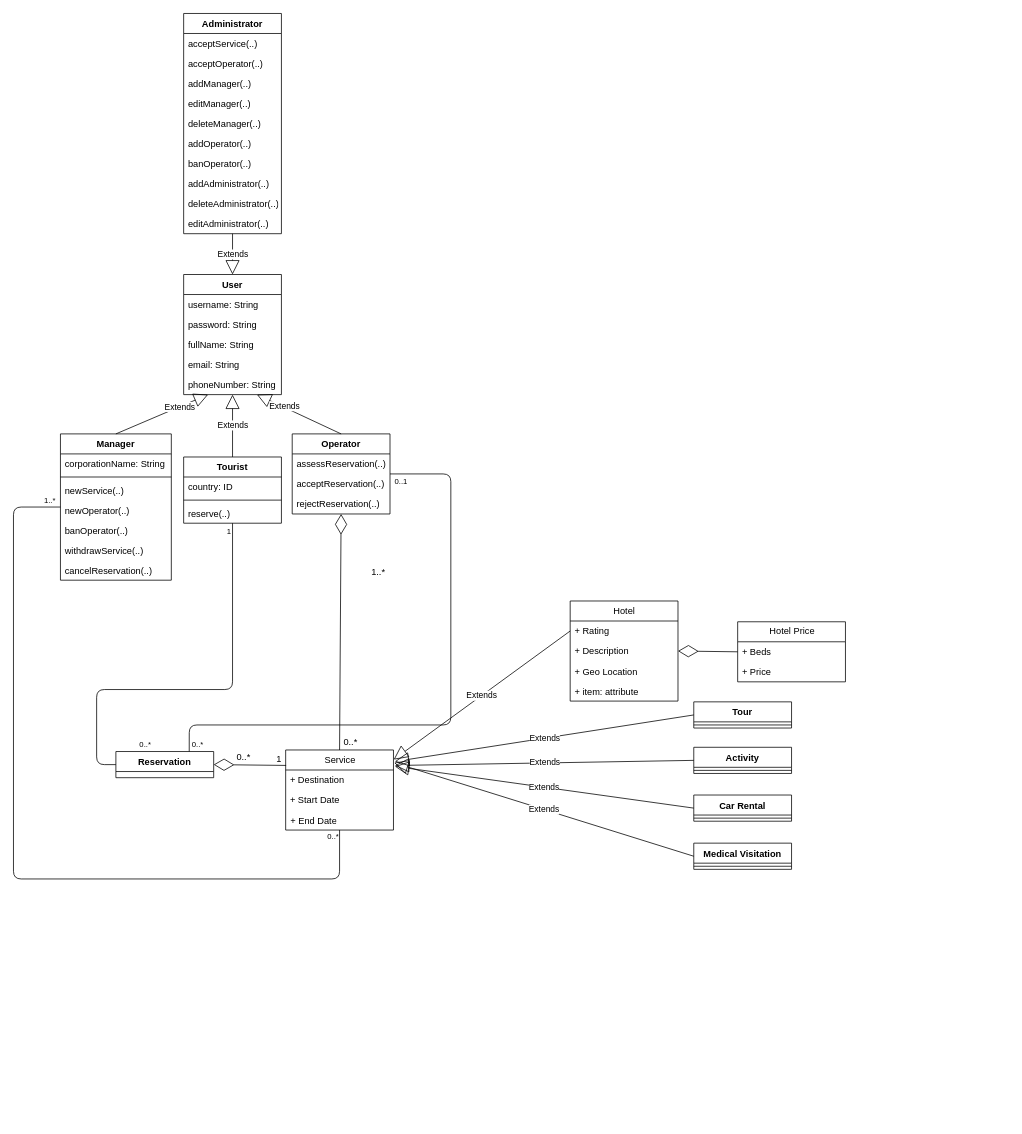
This is class-diagrams/Class Diagrams.drawio from farahmand-m/software-engineering-assignments, a draw.io file, before an edit. Source tidied: cells renumbered, new cells numbered last; positions are measured from the earlier drawing's top-left corner, leaving out a move shared by most shapes. Both pictures are drawn from the tidied source at 77%, with x=0, y=0 at pixel (13, 13).
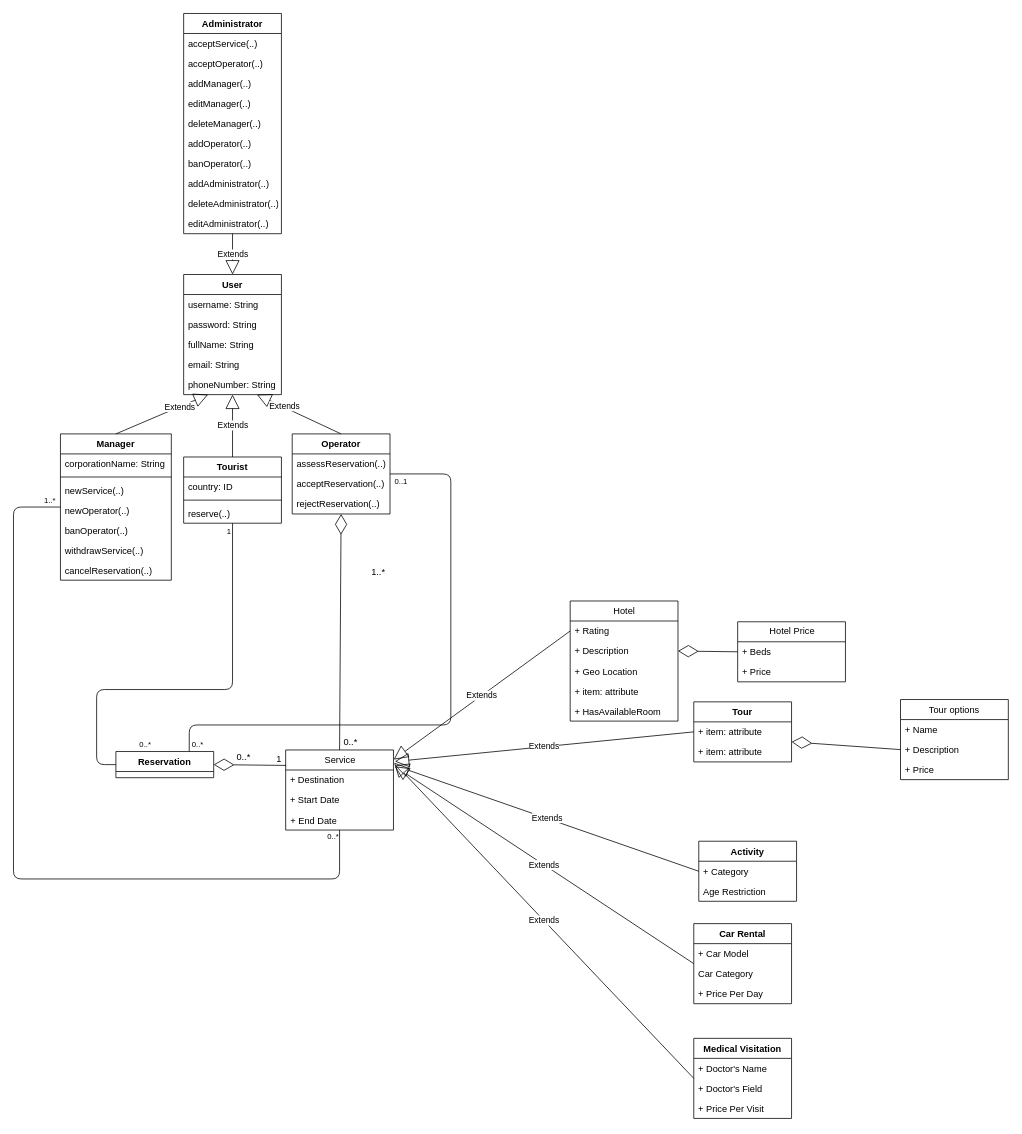
Above is the later version.

The edit, as a diff of the source:
```diff
@@
     <mxCell id="40" value="Tour" style="swimlane;fontStyle=1;align=center;verticalAlign=top;horizontal=1;startSize=26;labelBackgroundColor=none;" parent="1" vertex="1">
-      <mxGeometry x="883.5" y="894" width="127" height="34" as="geometry" />
+      <mxGeometry x="883.5" y="894" width="127" height="78" as="geometry" />
     </mxCell>
-    <mxCell id="41" style="line;strokeWidth=1;fillColor=none;align=left;verticalAlign=middle;spacingTop=-1;spacingLeft=3;spacingRight=3;labelPosition=right;" parent="40" vertex="1">
-      <mxGeometry y="26" width="127" height="8" as="geometry" />
-    </mxCell>
+    <mxCell id="81" value="+ item: attribute" style="text;strokeColor=none;fillColor=none;align=left;verticalAlign=top;spacingLeft=4;spacingRight=4;overflow=hidden;" parent="40" vertex="1">
+      <mxGeometry y="26" width="127" height="26" as="geometry" />
+    </mxCell>
+    <mxCell id="82" value="+ item: attribute" style="text;strokeColor=none;fillColor=none;align=left;verticalAlign=top;spacingLeft=4;spacingRight=4;overflow=hidden;points=[[0,0.5],[1,0.5]];portConstraint=eastwest;" parent="40" vertex="1">
+      <mxGeometry y="52" width="127" height="26" as="geometry" />
+    </mxCell>
     <mxCell id="42" value="Activity" style="swimlane;fontStyle=1;align=center;verticalAlign=top;horizontal=1;startSize=26;labelBackgroundColor=none;" parent="1" vertex="1">
-      <mxGeometry x="883.5" y="953" width="127" height="34" as="geometry" />
+      <mxGeometry x="890" y="1075" width="127" height="78" as="geometry" />
     </mxCell>
-    <mxCell id="43" style="line;strokeWidth=1;fillColor=none;align=left;verticalAlign=middle;spacingTop=-1;spacingLeft=3;spacingRight=3;labelPosition=right;" parent="42" vertex="1">
-      <mxGeometry y="26" width="127" height="8" as="geometry" />
-    </mxCell>
+    <mxCell id="83" value="+ Category" style="text;strokeColor=none;fillColor=none;align=left;verticalAlign=top;spacingLeft=4;spacingRight=4;overflow=hidden;" parent="42" vertex="1">
+      <mxGeometry y="26" width="127" height="26" as="geometry" />
+    </mxCell>
+    <mxCell id="84" value="Age Restriction" style="text;strokeColor=none;fillColor=none;align=left;verticalAlign=top;spacingLeft=4;spacingRight=4;overflow=hidden;" parent="42" vertex="1">
+      <mxGeometry y="52" width="127" height="26" as="geometry" />
+    </mxCell>
     <mxCell id="44" value="Car Rental" style="swimlane;fontStyle=1;align=center;verticalAlign=top;horizontal=1;startSize=26;labelBackgroundColor=none;" parent="1" vertex="1">
-      <mxGeometry x="883.5" y="1015" width="127" height="34" as="geometry" />
+      <mxGeometry x="883.5" y="1182" width="127" height="104" as="geometry" />
     </mxCell>
-    <mxCell id="45" style="line;strokeWidth=1;fillColor=none;align=left;verticalAlign=middle;spacingTop=-1;spacingLeft=3;spacingRight=3;labelPosition=right;" parent="44" vertex="1">
-      <mxGeometry y="26" width="127" height="8" as="geometry" />
-    </mxCell>
+    <mxCell id="85" value="+ Car Model" style="text;strokeColor=none;fillColor=none;align=left;verticalAlign=top;spacingLeft=4;spacingRight=4;overflow=hidden;" parent="44" vertex="1">
+      <mxGeometry y="26" width="127" height="26" as="geometry" />
+    </mxCell>
+    <mxCell id="86" value="Car Category" style="text;strokeColor=none;fillColor=none;align=left;verticalAlign=top;spacingLeft=4;spacingRight=4;overflow=hidden;" parent="44" vertex="1">
+      <mxGeometry y="52" width="127" height="26" as="geometry" />
+    </mxCell>
+    <mxCell id="87" value="+ Price Per Day" style="text;strokeColor=none;fillColor=none;align=left;verticalAlign=top;spacingLeft=4;spacingRight=4;overflow=hidden;" parent="44" vertex="1">
+      <mxGeometry y="78" width="127" height="26" as="geometry" />
+    </mxCell>
     <mxCell id="46" value="Medical Visitation" style="swimlane;fontStyle=1;align=center;verticalAlign=top;horizontal=1;startSize=26;labelBackgroundColor=none;" parent="1" vertex="1">
-      <mxGeometry x="883.5" y="1077.5" width="127" height="34" as="geometry" />
+      <mxGeometry x="883.5" y="1331" width="127" height="104" as="geometry" />
     </mxCell>
-    <mxCell id="47" style="line;strokeWidth=1;fillColor=none;align=left;verticalAlign=middle;spacingTop=-1;spacingLeft=3;spacingRight=3;labelPosition=right;" parent="46" vertex="1">
-      <mxGeometry y="26" width="127" height="8" as="geometry" />
-    </mxCell>
+    <mxCell id="88" value="+ Doctor's Name" style="text;strokeColor=none;fillColor=none;align=left;verticalAlign=top;spacingLeft=4;spacingRight=4;overflow=hidden;" parent="46" vertex="1">
+      <mxGeometry y="26" width="127" height="26" as="geometry" />
+    </mxCell>
+    <mxCell id="89" value="+ Doctor's Field" style="text;strokeColor=none;fillColor=none;align=left;verticalAlign=top;spacingLeft=4;spacingRight=4;overflow=hidden;" parent="46" vertex="1">
+      <mxGeometry y="52" width="127" height="26" as="geometry" />
+    </mxCell>
+    <mxCell id="90" value="+ Price Per Visit" style="text;strokeColor=none;fillColor=none;align=left;verticalAlign=top;spacingLeft=4;spacingRight=4;overflow=hidden;" parent="46" vertex="1">
+      <mxGeometry y="78" width="127" height="26" as="geometry" />
+    </mxCell>
@@
     <mxCell id="72" value="Hotel" style="swimlane;fontStyle=0;horizontal=1;startSize=26;fillColor=none;labelBackgroundColor=none;html=1;" parent="1" vertex="1">
-      <mxGeometry x="723" y="763" width="140" height="130" as="geometry" />
+      <mxGeometry x="723" y="763" width="140" height="156" as="geometry" />
     </mxCell>
@@
+    <mxCell id="91" value="+ HasAvailableRoom" style="text;strokeColor=none;fillColor=none;align=left;verticalAlign=top;spacingLeft=4;spacingRight=4;overflow=hidden;" parent="72" vertex="1">
+      <mxGeometry y="130" width="140" height="26" as="geometry" />
+    </mxCell>
@@
+    <mxCell id="92" value="Tour options" style="swimlane;fontStyle=0;horizontal=1;startSize=26;fillColor=none;" parent="1" vertex="1">
+      <mxGeometry x="1152" y="891" width="140" height="104" as="geometry" />
+    </mxCell>
+    <mxCell id="93" value="+ Name" style="text;strokeColor=none;fillColor=none;align=left;verticalAlign=top;spacingLeft=4;spacingRight=4;overflow=hidden;" parent="92" vertex="1">
+      <mxGeometry y="26" width="140" height="26" as="geometry" />
+    </mxCell>
+    <mxCell id="94" value="+ Description" style="text;strokeColor=none;fillColor=none;align=left;verticalAlign=top;spacingLeft=4;spacingRight=4;overflow=hidden;points=[[0,0.5],[1,0.5]];portConstraint=eastwest;" parent="92" vertex="1">
+      <mxGeometry y="52" width="140" height="26" as="geometry" />
+    </mxCell>
+    <mxCell id="95" value="+ Price" style="text;strokeColor=none;fillColor=none;align=left;verticalAlign=top;spacingLeft=4;spacingRight=4;overflow=hidden;" parent="92" vertex="1">
+      <mxGeometry y="78" width="140" height="26" as="geometry" />
+    </mxCell>
+    <mxCell id="96" style="endArrow=diamondThin;endFill=0;endSize=24;html=1;entryX=1;entryY=-0.001;entryDx=0;entryDy=0;entryPerimeter=0;exitX=0;exitY=0.5;exitDx=0;exitDy=0;" parent="1" edge="1" source="94" target="82">
+      <mxGeometry relative="1" as="geometry" />
+    </mxCell>
```
